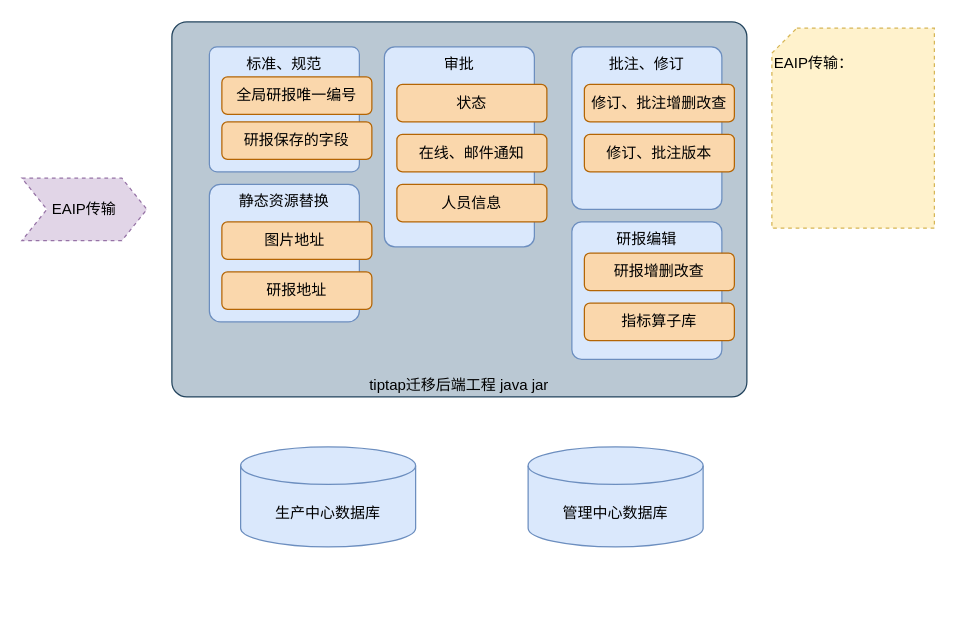
lance631/notes keeps this draw.io diagram as tiptapRendering-JAVA.drawio. Above is the earlier version. Source tidied: cells renumbered, new cells numbered last; positions are measured from the earlier drawing's top-left corner, leaving out a move shared by most shapes. Both pictures are drawn from the tidied source at 125%, with x=0, y=0 at pixel (21, 21).
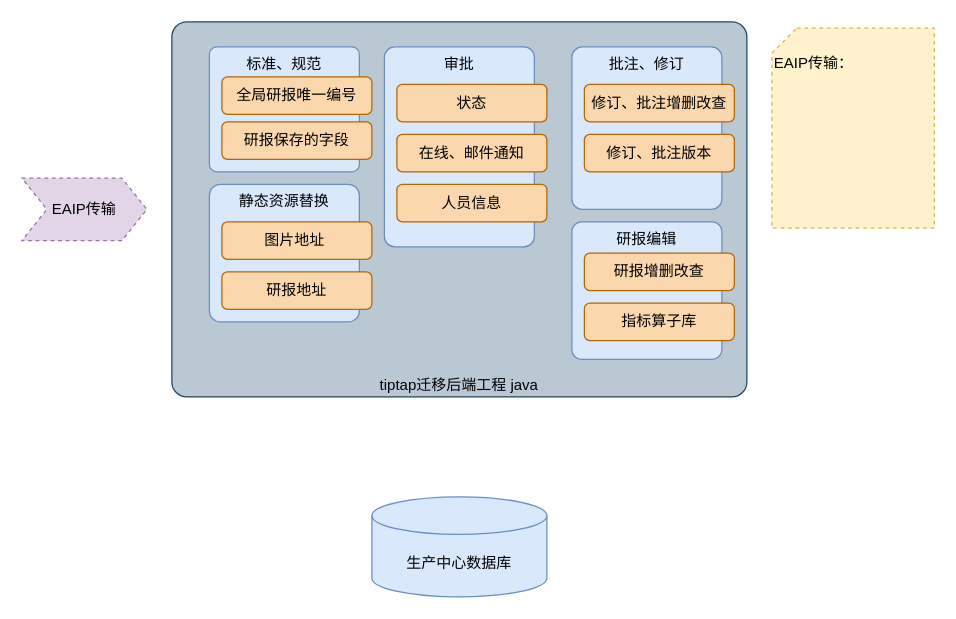
Above is the later version.

What changed in the source:
```diff
@@
-    <mxCell id="2" value="tiptap迁移后端工程 java jar" style="rounded=1;whiteSpace=wrap;html=1;fillColor=#bac8d3;strokeColor=#23445d;verticalAlign=bottom;arcSize=4;" parent="1" vertex="1">
+    <mxCell id="2" value="tiptap迁移后端工程 java" style="rounded=1;whiteSpace=wrap;html=1;fillColor=#bac8d3;strokeColor=#23445d;verticalAlign=bottom;arcSize=4;" parent="1" vertex="1">
       <mxGeometry x="120" width="460" height="300" as="geometry" />
     </mxCell>
@@
-    <mxCell id="20" value="管理中心数据库" style="shape=cylinder3;whiteSpace=wrap;html=1;boundedLbl=1;backgroundOutline=1;size=15;fillColor=#dae8fc;strokeColor=#6c8ebf;" parent="1" vertex="1">
-      <mxGeometry x="405" y="340" width="140" height="80" as="geometry" />
-    </mxCell>
     <mxCell id="21" value="生产中心数据库" style="shape=cylinder3;whiteSpace=wrap;html=1;boundedLbl=1;backgroundOutline=1;size=15;fillColor=#dae8fc;strokeColor=#6c8ebf;" parent="1" vertex="1">
-      <mxGeometry x="175" y="340" width="140" height="80" as="geometry" />
+      <mxGeometry x="280" y="380" width="140" height="80" as="geometry" />
     </mxCell>
```
